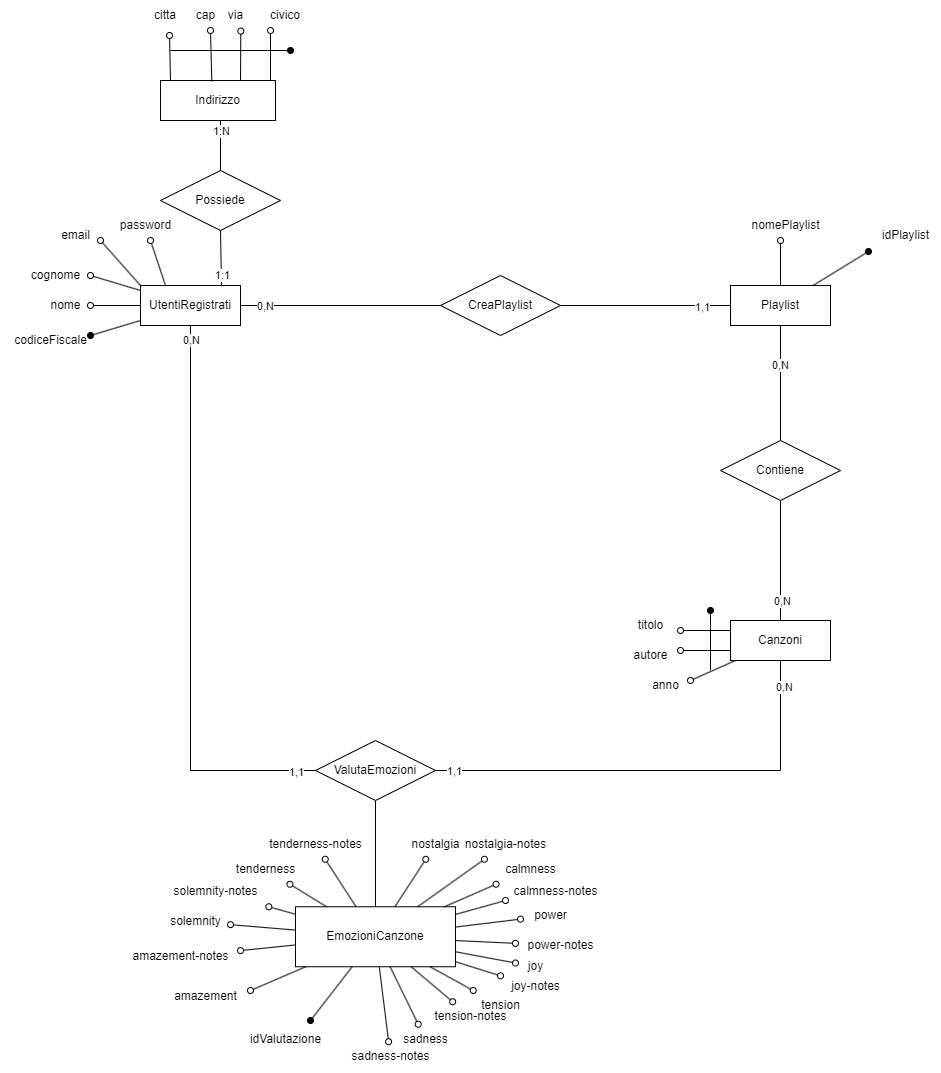
Before: DiagrammiER/UtentiRegistrati.drawio.png, a diagram exported from draw.io (Cacciaa/LaboratorioB). Source tidied: cells renumbered, new cells last; positions are measured from the earlier drawing's top-left corner, leaving out a move shared by most shapes.
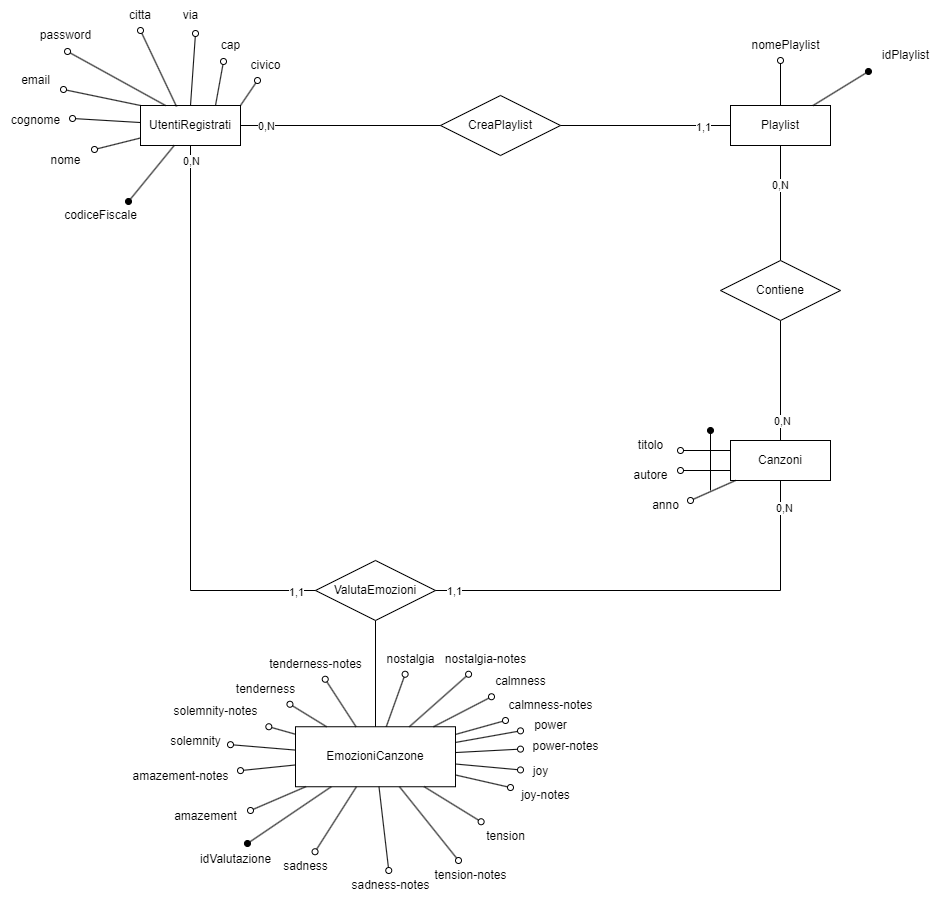
The same file after the commit.

Commit message:
Indirizzo deleted, documentazione updated

What changed in the source:
```diff
@@ -14,40 +14,32 @@
     <mxCell id="5" value="EmozioniCanzone" style="whiteSpace=wrap;html=1;align=center;" parent="1" vertex="1">
       <mxGeometry x="295" y="906.2" width="160" height="60" as="geometry" />
     </mxCell>
-    <mxCell id="6" style="endArrow=none;html=1;rounded=0;startArrow=oval;startFill=1;" parent="1" edge="1" target="2">
-      <mxGeometry relative="1" as="geometry">
-        <mxPoint x="90" y="335" as="sourcePoint" />
-      </mxGeometry>
+    <mxCell id="6" style="endArrow=none;html=1;rounded=0;startArrow=oval;startFill=1;exitX=0.78;exitY=0.033;exitDx=0;exitDy=0;exitPerimeter=0;" parent="1" edge="1" source="10" target="2">
+      <mxGeometry relative="1" as="geometry" />
     </mxCell>
-    <mxCell id="7" style="endArrow=none;html=1;rounded=0;startArrow=oval;startFill=0;" parent="1" edge="1" target="2">
-      <mxGeometry relative="1" as="geometry">
-        <mxPoint x="90" y="305" as="sourcePoint" />
-      </mxGeometry>
+    <mxCell id="7" style="endArrow=none;html=1;rounded=0;startArrow=oval;startFill=0;exitX=1.08;exitY=0.133;exitDx=0;exitDy=0;exitPerimeter=0;" parent="1" edge="1" source="11" target="2">
+      <mxGeometry relative="1" as="geometry" />
     </mxCell>
-    <mxCell id="8" style="endArrow=none;html=1;rounded=0;startArrow=oval;startFill=0;" parent="1" edge="1" target="2">
-      <mxGeometry relative="1" as="geometry">
-        <mxPoint x="90" y="275" as="sourcePoint" />
-      </mxGeometry>
+    <mxCell id="8" style="endArrow=none;html=1;rounded=0;startArrow=oval;startFill=0;exitX=1.029;exitY=0.433;exitDx=0;exitDy=0;exitPerimeter=0;" parent="1" edge="1" source="12" target="2">
+      <mxGeometry relative="1" as="geometry" />
     </mxCell>
-    <mxCell id="9" style="endArrow=none;html=1;rounded=0;startArrow=oval;startFill=0;entryX=0.25;entryY=0;entryDx=0;entryDy=0;" parent="1" edge="1" target="2">
-      <mxGeometry relative="1" as="geometry">
-        <mxPoint x="150" y="240" as="sourcePoint" />
-      </mxGeometry>
+    <mxCell id="9" style="endArrow=none;html=1;rounded=0;startArrow=oval;startFill=0;entryX=0.25;entryY=0;entryDx=0;entryDy=0;exitX=0.529;exitY=1.033;exitDx=0;exitDy=0;exitPerimeter=0;" parent="1" edge="1" source="14" target="2">
+      <mxGeometry relative="1" as="geometry" />
     </mxCell>
     <mxCell id="10" value="codiceFiscale" style="text;html=1;align=center;verticalAlign=middle;points=[];strokeColor=none;fillColor=none;" parent="1" vertex="1">
-      <mxGeometry y="325" width="100" height="30" as="geometry" />
+      <mxGeometry x="50" y="380" width="100" height="30" as="geometry" />
     </mxCell>
     <mxCell id="11" value="nome" style="text;html=1;align=center;verticalAlign=middle;points=[];strokeColor=none;fillColor=none;" parent="1" vertex="1">
-      <mxGeometry x="40" y="290" width="50" height="30" as="geometry" />
+      <mxGeometry x="40" y="325" width="50" height="30" as="geometry" />
     </mxCell>
     <mxCell id="12" value="cognome" style="text;html=1;align=center;verticalAlign=middle;points=[];strokeColor=none;fillColor=none;" parent="1" vertex="1">
-      <mxGeometry x="20" y="260" width="70" height="30" as="geometry" />
+      <mxGeometry y="285" width="70" height="30" as="geometry" />
     </mxCell>
     <mxCell id="13" value="email" style="text;html=1;align=center;verticalAlign=middle;points=[];strokeColor=none;fillColor=none;" parent="1" vertex="1">
-      <mxGeometry x="50" y="220" width="50" height="30" as="geometry" />
+      <mxGeometry x="10" y="245" width="50" height="30" as="geometry" />
     </mxCell>
     <mxCell id="14" value="password" style="text;html=1;align=center;verticalAlign=middle;points=[];strokeColor=none;fillColor=none;" parent="1" vertex="1">
-      <mxGeometry x="110" y="210" width="70" height="30" as="geometry" />
+      <mxGeometry x="30" y="200" width="70" height="30" as="geometry" />
     </mxCell>
     <mxCell id="15" style="endArrow=none;html=1;rounded=0;startArrow=oval;startFill=1;exitX=-0.029;exitY=1.033;exitDx=0;exitDy=0;exitPerimeter=0;" parent="1" edge="1" source="16" target="3">
       <mxGeometry relative="1" as="geometry" />
@@ -85,13 +77,11 @@
     <mxCell id="23" value="anno" style="text;html=1;align=center;verticalAlign=middle;strokeColor=none;fillColor=none;" parent="1" vertex="1">
       <mxGeometry x="640" y="670" width="50" height="30" as="geometry" />
     </mxCell>
-    <mxCell id="24" style="endArrow=none;html=1;rounded=0;startArrow=oval;startFill=1;" parent="1" edge="1" target="5">
-      <mxGeometry relative="1" as="geometry">
-        <mxPoint x="310" y="1020" as="sourcePoint" />
-      </mxGeometry>
+    <mxCell id="24" style="endArrow=none;html=1;rounded=0;startArrow=oval;startFill=1;exitX=0.633;exitY=-0.025;exitDx=0;exitDy=0;exitPerimeter=0;" parent="1" edge="1" source="25" target="5">
+      <mxGeometry relative="1" as="geometry" />
     </mxCell>
     <mxCell id="25" value="idValutazione" style="text;html=1;align=center;verticalAlign=middle;points=[];strokeColor=none;fillColor=none;" parent="1" vertex="1">
-      <mxGeometry x="240" y="1023.8" width="90" height="30" as="geometry" />
+      <mxGeometry x="190" y="1023.8" width="90" height="30" as="geometry" />
     </mxCell>
     <mxCell id="26" style="endArrow=none;html=1;rounded=0;startArrow=oval;startFill=0;" parent="1" edge="1" target="5">
       <mxGeometry relative="1" as="geometry">
@@ -170,40 +160,40 @@
       <mxGeometry x="255" y="828.8" width="120" height="30" as="geometry" />
     </mxCell>
     <mxCell id="50" value="nostalgia" style="text;html=1;align=center;verticalAlign=middle;points=[];strokeColor=none;fillColor=none;" parent="1" vertex="1">
-      <mxGeometry x="400" y="828.8" width="70" height="30" as="geometry" />
+      <mxGeometry x="375" y="823.8" width="70" height="30" as="geometry" />
     </mxCell>
     <mxCell id="51" value="nostalgia-notes" style="text;html=1;align=center;verticalAlign=middle;points=[];strokeColor=none;fillColor=none;" parent="1" vertex="1">
-      <mxGeometry x="455" y="828.8" width="100" height="30" as="geometry" />
+      <mxGeometry x="435" y="823.8" width="100" height="30" as="geometry" />
     </mxCell>
     <mxCell id="52" value="calmness" style="text;html=1;align=center;verticalAlign=middle;points=[];strokeColor=none;fillColor=none;" parent="1" vertex="1">
-      <mxGeometry x="495" y="853.8" width="70" height="30" as="geometry" />
+      <mxGeometry x="485" y="846.2" width="70" height="30" as="geometry" />
     </mxCell>
     <mxCell id="53" value="calmness-notes" style="text;html=1;align=center;verticalAlign=middle;strokeColor=none;fillColor=none;" parent="1" vertex="1">
-      <mxGeometry x="500" y="876.2" width="110" height="30" as="geometry" />
+      <mxGeometry x="495" y="870" width="110" height="30" as="geometry" />
     </mxCell>
     <mxCell id="54" value="power" style="text;html=1;align=center;verticalAlign=middle;points=[];strokeColor=none;fillColor=none;" parent="1" vertex="1">
-      <mxGeometry x="520" y="900" width="60" height="30" as="geometry" />
+      <mxGeometry x="520" y="890" width="60" height="30" as="geometry" />
     </mxCell>
     <mxCell id="55" value="power-notes" style="text;html=1;align=center;verticalAlign=middle;points=[];strokeColor=none;fillColor=none;" parent="1" vertex="1">
-      <mxGeometry x="515" y="930" width="90" height="30" as="geometry" />
+      <mxGeometry x="520" y="911.2" width="90" height="30" as="geometry" />
     </mxCell>
     <mxCell id="56" value="joy" style="text;html=1;align=center;verticalAlign=middle;points=[];strokeColor=none;fillColor=none;" parent="1" vertex="1">
-      <mxGeometry x="515" y="951.2" width="40" height="30" as="geometry" />
+      <mxGeometry x="520" y="936.2" width="40" height="30" as="geometry" />
     </mxCell>
     <mxCell id="57" value="joy-notes" style="text;html=1;align=center;verticalAlign=middle;points=[];strokeColor=none;fillColor=none;" parent="1" vertex="1">
-      <mxGeometry x="500" y="971.2" width="70" height="30" as="geometry" />
+      <mxGeometry x="510" y="960" width="70" height="30" as="geometry" />
     </mxCell>
     <mxCell id="58" value="tension" style="text;html=1;align=center;verticalAlign=middle;points=[];strokeColor=none;fillColor=none;" parent="1" vertex="1">
-      <mxGeometry x="470" y="990" width="60" height="30" as="geometry" />
+      <mxGeometry x="475" y="1001.2" width="60" height="30" as="geometry" />
     </mxCell>
     <mxCell id="59" value="tension-notes" style="text;html=1;align=center;verticalAlign=middle;points=[];strokeColor=none;fillColor=none;" parent="1" vertex="1">
-      <mxGeometry x="420" y="1001.2" width="100" height="30" as="geometry" />
+      <mxGeometry x="420" y="1040" width="100" height="30" as="geometry" />
     </mxCell>
     <mxCell id="60" value="sadness-notes" style="text;html=1;align=center;verticalAlign=middle;points=[];strokeColor=none;fillColor=none;" parent="1" vertex="1">
-      <mxGeometry x="340" y="1041.2" width="100" height="30" as="geometry" />
+      <mxGeometry x="340" y="1050" width="100" height="30" as="geometry" />
     </mxCell>
     <mxCell id="61" value="sadness" style="text;html=1;align=center;verticalAlign=middle;points=[];strokeColor=none;fillColor=none;" parent="1" vertex="1">
-      <mxGeometry x="390" y="1023.8" width="70" height="30" as="geometry" />
+      <mxGeometry x="270" y="1031.2" width="70" height="30" as="geometry" />
     </mxCell>
     <mxCell id="62" value="CreaPlaylist" style="shape=rhombus;perimeter=rhombusPerimeter;whiteSpace=wrap;html=1;align=center;" parent="1" vertex="1">
       <mxGeometry x="440" y="275" width="120" height="60" as="geometry" />
@@ -277,72 +267,34 @@
     <mxCell id="81" value="nomePlaylist" style="text;html=1;align=center;verticalAlign=middle;strokeColor=none;fillColor=none;" parent="1" vertex="1">
       <mxGeometry x="740" y="210" width="90" height="30" as="geometry" />
     </mxCell>
-    <mxCell id="82" style="endArrow=none;html=1;rounded=0;startArrow=oval;startFill=0;" parent="1" edge="1">
+    <mxCell id="82" style="endArrow=none;html=1;rounded=0;startArrow=oval;startFill=0;exitX=1.06;exitY=0.8;exitDx=0;exitDy=0;exitPerimeter=0;" parent="1" edge="1" source="13">
       <mxGeometry relative="1" as="geometry">
-        <mxPoint x="100" y="240" as="sourcePoint" />
         <mxPoint x="140" y="285" as="targetPoint" />
       </mxGeometry>
     </mxCell>
-    <mxCell id="83" value="Indirizzo" style="rounded=0;whiteSpace=wrap;html=1;" parent="1" vertex="1">
-      <mxGeometry x="160" y="80" width="115" height="40" as="geometry" />
-    </mxCell>
-    <mxCell id="84" style="endArrow=none;html=1;rounded=0;exitX=0.81;exitY=0.019;exitDx=0;exitDy=0;exitPerimeter=0;" parent="1" edge="1" source="2">
-      <mxGeometry relative="1" as="geometry">
-        <mxPoint x="220" y="230" as="targetPoint" />
-      </mxGeometry>
-    </mxCell>
-    <mxCell id="85" value="1:1" style="edgeLabel;html=1;align=center;verticalAlign=middle;" parent="84" vertex="1">
-      <mxGeometry x="-0.58" relative="1" as="geometry" />
-    </mxCell>
-    <mxCell id="86" value="Possiede" style="rhombus;whiteSpace=wrap;html=1;" parent="1" vertex="1">
-      <mxGeometry x="160" y="170" width="120" height="60" as="geometry" />
-    </mxCell>
-    <mxCell id="87" style="endArrow=none;html=1;rounded=0;exitX=0.5;exitY=0;exitDx=0;exitDy=0;" parent="1" edge="1" source="86">
-      <mxGeometry relative="1" as="geometry">
-        <mxPoint x="220" y="120" as="targetPoint" />
-      </mxGeometry>
-    </mxCell>
-    <mxCell id="88" value="1:N" style="edgeLabel;html=1;align=center;verticalAlign=middle;" parent="87" vertex="1">
-      <mxGeometry x="0.58" y="-2" relative="1" as="geometry">
-        <mxPoint x="-2" as="offset" />
-      </mxGeometry>
-    </mxCell>
-    <mxCell id="89" style="endArrow=oval;html=1;rounded=0;startArrow=none;startFill=0;endFill=0;" parent="1" edge="1">
-      <mxGeometry relative="1" as="geometry">
-        <mxPoint x="170" y="80" as="sourcePoint" />
-        <mxPoint x="169" y="35" as="targetPoint" />
-      </mxGeometry>
-    </mxCell>
-    <mxCell id="90" style="endArrow=oval;html=1;rounded=0;startArrow=none;startFill=0;endFill=0;exitX=0.446;exitY=0.023;exitDx=0;exitDy=0;exitPerimeter=0;entryX=0.625;entryY=1;entryDx=0;entryDy=0;entryPerimeter=0;" parent="1" edge="1" source="83" target="92">
-      <mxGeometry relative="1" as="geometry" />
-    </mxCell>
     <mxCell id="91" value="citta" style="text;html=1;strokeColor=none;fillColor=none;align=center;verticalAlign=middle;whiteSpace=wrap;rounded=0;" parent="1" vertex="1">
-      <mxGeometry x="135" width="60" height="30" as="geometry" />
+      <mxGeometry x="110" y="180" width="60" height="30" as="geometry" />
     </mxCell>
     <mxCell id="92" value="cap" style="text;html=1;align=center;verticalAlign=middle;points=[];strokeColor=none;fillColor=none;" parent="1" vertex="1">
-      <mxGeometry x="185" width="40" height="30" as="geometry" />
+      <mxGeometry x="210" y="210" width="40" height="30" as="geometry" />
     </mxCell>
     <mxCell id="93" value="via" style="text;html=1;align=center;verticalAlign=middle;points=[];strokeColor=none;fillColor=none;" parent="1" vertex="1">
-      <mxGeometry x="215" width="40" height="30" as="geometry" />
+      <mxGeometry x="170" y="180" width="40" height="30" as="geometry" />
     </mxCell>
-    <mxCell id="94" style="endArrow=oval;html=1;rounded=0;endFill=0;entryX=0.633;entryY=1.017;entryDx=0;entryDy=0;entryPerimeter=0;" parent="1" edge="1" target="93">
-      <mxGeometry relative="1" as="geometry">
-        <mxPoint x="240" y="80" as="sourcePoint" />
-      </mxGeometry>
-    </mxCell>
-    <mxCell id="95" style="endArrow=oval;html=1;rounded=0;entryX=0.25;entryY=1;entryDx=0;entryDy=0;endFill=0;" parent="1" edge="1" target="96">
-      <mxGeometry relative="1" as="geometry">
-        <mxPoint x="270" y="80" as="sourcePoint" />
-      </mxGeometry>
-    </mxCell>
-    <mxCell id="96" value="civico" style="text;html=1;strokeColor=none;fillColor=none;align=center;verticalAlign=middle;whiteSpace=wrap;rounded=0;" parent="1" vertex="1">
-      <mxGeometry x="255" width="60" height="30" as="geometry" />
+    <mxCell id="96" value="civico" style="text;html=1;align=center;verticalAlign=middle;points=[];strokeColor=none;fillColor=none;" parent="1" vertex="1">
+      <mxGeometry x="240" y="230" width="50" height="30" as="geometry" />
     </mxCell>
-    <mxCell id="97" style="endArrow=oval;html=1;rounded=0;endFill=1;" parent="1" edge="1">
-      <mxGeometry relative="1" as="geometry">
-        <mxPoint x="170" y="50" as="sourcePoint" />
-        <mxPoint x="290" y="50" as="targetPoint" />
-      </mxGeometry>
-    </mxCell>
+    <mxCell id="98" style="endArrow=oval;html=1;rounded=0;entryX=0.5;entryY=1;entryDx=0;entryDy=0;exitX=0.36;exitY=0.025;exitDx=0;exitDy=0;exitPerimeter=0;endFill=0;" parent="1" edge="1" source="2" target="91">
+      <mxGeometry relative="1" as="geometry" />
+    </mxCell>
+    <mxCell id="99" style="endArrow=oval;html=1;rounded=0;entryX=0.625;entryY=1.1;entryDx=0;entryDy=0;entryPerimeter=0;exitX=0.5;exitY=0;exitDx=0;exitDy=0;endFill=0;" parent="1" edge="1" source="2" target="93">
+      <mxGeometry relative="1" as="geometry" />
+    </mxCell>
+    <mxCell id="100" style="endArrow=oval;html=1;rounded=0;exitX=0.75;exitY=0;exitDx=0;exitDy=0;entryX=0.325;entryY=1.033;entryDx=0;entryDy=0;entryPerimeter=0;endFill=0;" parent="1" edge="1" source="2" target="92">
+      <mxGeometry relative="1" as="geometry" />
+    </mxCell>
+    <mxCell id="101" style="endArrow=oval;html=1;rounded=0;exitX=1;exitY=0;exitDx=0;exitDy=0;entryX=0.34;entryY=1;entryDx=0;entryDy=0;entryPerimeter=0;endFill=0;" parent="1" edge="1" source="2" target="96">
+      <mxGeometry relative="1" as="geometry" />
+    </mxCell>
   </root>
 </mxGraphModel>
```
